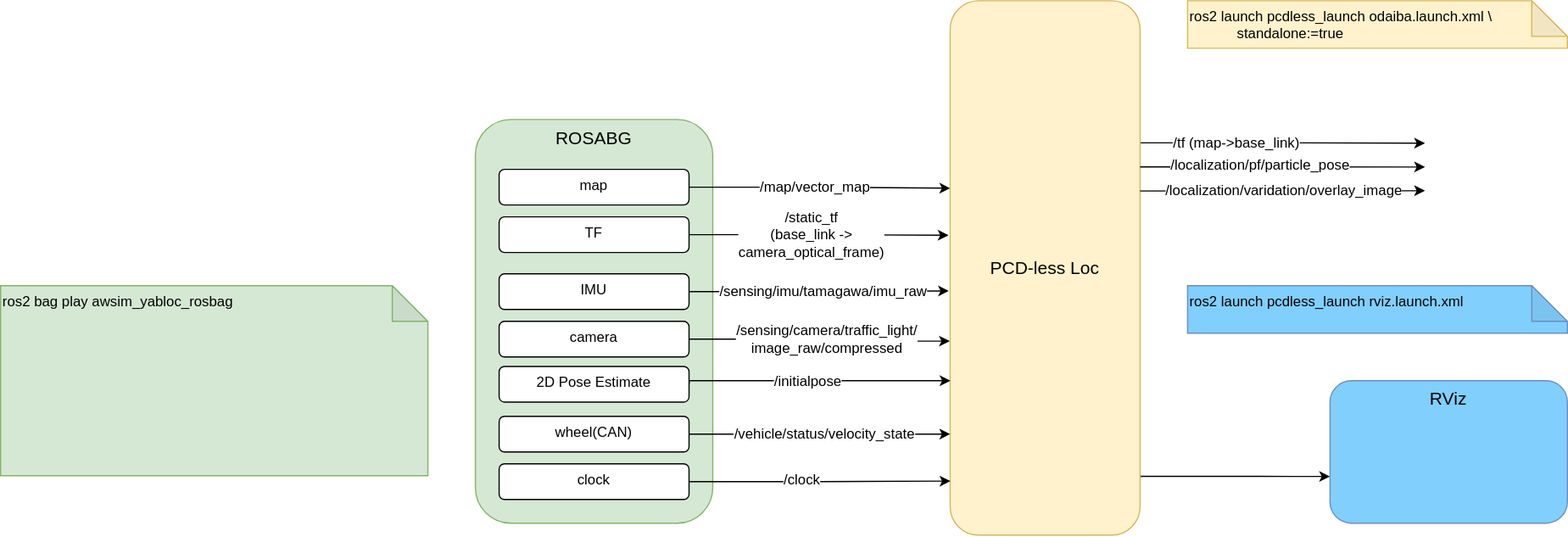
Earlier version of the draw.io export docs/how_to_launch_quick_start_demo.drawio.svg (rsasaki0109/YabLoc). Source tidied: cells renumbered, new cells last; positions are measured from the earlier drawing's top-left corner, leaving out a move shared by most shapes. Source of this version:
```xml
<mxGraphModel>
  <root>
    <mxCell id="0" />
    <mxCell id="1" parent="0" />
    <mxCell id="2" value="&lt;font style=&quot;font-size: 15px;&quot;&gt;ROSABG&lt;/font&gt;" style="rounded=1;whiteSpace=wrap;html=1;verticalAlign=top;fillColor=#d5e8d4;strokeColor=#82b366;" parent="1" vertex="1">
      <mxGeometry x="400" y="100" width="200" height="340" as="geometry" />
    </mxCell>
    <mxCell id="3" style="edgeStyle=orthogonalEdgeStyle;rounded=0;jettySize=auto;html=1;exitX=1;exitY=0.5;exitDx=0;exitDy=0;entryX=0;entryY=0.102;entryDx=0;entryDy=0;entryPerimeter=0;" parent="1" edge="1" source="5">
      <mxGeometry relative="1" as="geometry">
        <mxPoint x="800" y="157.9" as="targetPoint" />
      </mxGeometry>
    </mxCell>
    <mxCell id="4" value="&lt;font style=&quot;font-size: 12px;&quot;&gt;/map/vector_map&lt;/font&gt;" style="edgeLabel;html=1;align=center;verticalAlign=middle;" parent="3" vertex="1">
      <mxGeometry x="0.23" y="-1" relative="1" as="geometry">
        <mxPoint x="-30" y="-2" as="offset" />
      </mxGeometry>
    </mxCell>
    <mxCell id="5" value="map" style="rounded=1;whiteSpace=wrap;html=1;verticalAlign=top;" parent="1" vertex="1">
      <mxGeometry x="420" y="142" width="160" height="30" as="geometry" />
    </mxCell>
    <mxCell id="6" style="edgeStyle=orthogonalEdgeStyle;rounded=0;jettySize=auto;html=1;exitX=1;exitY=0.5;exitDx=0;exitDy=0;entryX=-0.009;entryY=0.19;entryDx=0;entryDy=0;entryPerimeter=0;" parent="1" edge="1" source="8">
      <mxGeometry relative="1" as="geometry">
        <mxPoint x="798.6" y="197.5" as="targetPoint" />
      </mxGeometry>
    </mxCell>
    <mxCell id="7" value="&lt;font style=&quot;font-size: 12px;&quot;&gt;/static_tf&lt;br&gt;(base_link -&amp;gt; &lt;br&gt;camera_optical_frame)&lt;/font&gt;" style="edgeLabel;html=1;align=center;verticalAlign=middle;fontSize=8;fontColor=#000000;" parent="6" vertex="1">
      <mxGeometry x="-0.19" y="-2" relative="1" as="geometry">
        <mxPoint x="13" y="-2" as="offset" />
      </mxGeometry>
    </mxCell>
    <mxCell id="8" value="TF" style="rounded=1;whiteSpace=wrap;html=1;verticalAlign=top;" parent="1" vertex="1">
      <mxGeometry x="420" y="182" width="160" height="30" as="geometry" />
    </mxCell>
    <mxCell id="9" style="edgeStyle=orthogonalEdgeStyle;rounded=0;jettySize=auto;html=1;fontSize=8;fontColor=#000000;exitX=1;exitY=0.266;exitDx=0;exitDy=0;exitPerimeter=0;" parent="1" edge="1" source="12">
      <mxGeometry relative="1" as="geometry">
        <mxPoint x="1200" y="120" as="targetPoint" />
      </mxGeometry>
    </mxCell>
    <mxCell id="10" value="/tf (map-&amp;gt;base_link)" style="edgeLabel;html=1;align=center;verticalAlign=middle;fontSize=12;fontColor=#000000;" parent="9" vertex="1">
      <mxGeometry x="-0.11" y="1" relative="1" as="geometry">
        <mxPoint x="-26" y="1" as="offset" />
      </mxGeometry>
    </mxCell>
    <mxCell id="11" style="edgeStyle=orthogonalEdgeStyle;rounded=0;jettySize=auto;html=1;entryX=0;entryY=0.672;entryDx=0;entryDy=0;fontSize=8;fontColor=#000000;entryPerimeter=0;" parent="1" edge="1" source="12" target="28">
      <mxGeometry relative="1" as="geometry">
        <Array as="points">
          <mxPoint x="1060" y="400" />
        </Array>
      </mxGeometry>
    </mxCell>
    <mxCell id="12" value="&lt;font style=&quot;font-size: 15px;&quot;&gt;PCD-less Loc&lt;/font&gt;" style="rounded=1;whiteSpace=wrap;html=1;verticalAlign=middle;fillColor=#fff2cc;strokeColor=#d6b656;" parent="1" vertex="1">
      <mxGeometry x="800" width="160" height="450" as="geometry" />
    </mxCell>
    <mxCell id="13" value="&lt;font style=&quot;&quot;&gt;&lt;font style=&quot;font-size: 12px;&quot;&gt;&amp;nbsp;ros2 launch pcdless_launch odaiba.launch.xml \&lt;br&gt;&lt;/font&gt;&lt;/font&gt;&lt;blockquote style=&quot;margin: 0 0 0 40px; border: none; padding: 0px;&quot;&gt;&lt;font style=&quot;&quot;&gt;standalone:=true&lt;/font&gt;&lt;/blockquote&gt;" style="shape=note;whiteSpace=wrap;html=1;backgroundOutline=1;darkOpacity=0.05;align=left;verticalAlign=top;fillColor=#fff2cc;strokeColor=#d6b656;" parent="1" vertex="1">
      <mxGeometry x="1000" width="320" height="40" as="geometry" />
    </mxCell>
    <mxCell id="14" style="edgeStyle=orthogonalEdgeStyle;rounded=0;jettySize=auto;html=1;exitX=1;exitY=0.5;exitDx=0;exitDy=0;entryX=-0.007;entryY=0.543;entryDx=0;entryDy=0;entryPerimeter=0;fontSize=8;fontColor=#000000;" parent="1" edge="1" source="16" target="12">
      <mxGeometry relative="1" as="geometry" />
    </mxCell>
    <mxCell id="15" value="/sensing/imu/tamagawa/imu_raw" style="edgeLabel;html=1;align=center;verticalAlign=middle;fontSize=12;fontColor=#000000;" parent="14" vertex="1">
      <mxGeometry x="-0.15" relative="1" as="geometry">
        <mxPoint x="19" as="offset" />
      </mxGeometry>
    </mxCell>
    <mxCell id="16" value="IMU" style="rounded=1;whiteSpace=wrap;html=1;verticalAlign=top;" parent="1" vertex="1">
      <mxGeometry x="420" y="230" width="160" height="30" as="geometry" />
    </mxCell>
    <mxCell id="17" style="edgeStyle=orthogonalEdgeStyle;rounded=0;jettySize=auto;html=1;exitX=1;exitY=0.5;exitDx=0;exitDy=0;entryX=-0.002;entryY=0.637;entryDx=0;entryDy=0;entryPerimeter=0;fontSize=8;fontColor=#000000;" parent="1" edge="1" source="19" target="12">
      <mxGeometry relative="1" as="geometry" />
    </mxCell>
    <mxCell id="18" value="/sensing/camera/traffic_light/&lt;br style=&quot;font-size: 12px;&quot;&gt;image_raw/compressed" style="edgeLabel;html=1;align=center;verticalAlign=middle;fontSize=12;fontColor=#000000;" parent="17" vertex="1">
      <mxGeometry x="-0.11" y="-1" relative="1" as="geometry">
        <mxPoint x="17" y="-1" as="offset" />
      </mxGeometry>
    </mxCell>
    <mxCell id="19" value="camera" style="rounded=1;whiteSpace=wrap;html=1;verticalAlign=top;" parent="1" vertex="1">
      <mxGeometry x="420" y="270" width="160" height="30" as="geometry" />
    </mxCell>
    <mxCell id="20" style="edgeStyle=orthogonalEdgeStyle;rounded=0;jettySize=auto;html=1;exitX=1;exitY=0.5;exitDx=0;exitDy=0;entryX=0;entryY=0.811;entryDx=0;entryDy=0;entryPerimeter=0;fontSize=8;fontColor=#000000;" parent="1" edge="1" source="22" target="12">
      <mxGeometry relative="1" as="geometry" />
    </mxCell>
    <mxCell id="21" value="/vehicle/status/velocity_state" style="edgeLabel;html=1;align=center;verticalAlign=middle;fontSize=12;fontColor=#000000;" parent="20" vertex="1">
      <mxGeometry x="-0.24" relative="1" as="geometry">
        <mxPoint x="30" as="offset" />
      </mxGeometry>
    </mxCell>
    <mxCell id="22" value="wheel(CAN)" style="rounded=1;whiteSpace=wrap;html=1;verticalAlign=top;" parent="1" vertex="1">
      <mxGeometry x="420" y="350" width="160" height="30" as="geometry" />
    </mxCell>
    <mxCell id="23" style="edgeStyle=orthogonalEdgeStyle;rounded=0;jettySize=auto;html=1;exitX=1;exitY=0.5;exitDx=0;exitDy=0;entryX=0.001;entryY=0.899;entryDx=0;entryDy=0;entryPerimeter=0;fontSize=8;fontColor=#000000;" parent="1" edge="1" source="25" target="12">
      <mxGeometry relative="1" as="geometry" />
    </mxCell>
    <mxCell id="24" value="/clock" style="edgeLabel;html=1;align=center;verticalAlign=middle;fontSize=12;fontColor=#000000;" parent="23" vertex="1">
      <mxGeometry x="-0.15" y="1" relative="1" as="geometry" />
    </mxCell>
    <mxCell id="25" value="clock" style="rounded=1;whiteSpace=wrap;html=1;verticalAlign=top;" parent="1" vertex="1">
      <mxGeometry x="420" y="390" width="160" height="30" as="geometry" />
    </mxCell>
    <mxCell id="26" style="edgeStyle=orthogonalEdgeStyle;rounded=0;jettySize=auto;html=1;exitX=1;exitY=0.5;exitDx=0;exitDy=0;fontSize=8;fontColor=#000000;entryX=0.001;entryY=0.71;entryDx=0;entryDy=0;entryPerimeter=0;" parent="1" edge="1" source="35" target="12">
      <mxGeometry relative="1" as="geometry">
        <Array as="points">
          <mxPoint x="580" y="320" />
          <mxPoint x="800" y="320" />
        </Array>
      </mxGeometry>
    </mxCell>
    <mxCell id="27" value="/initialpose" style="edgeLabel;html=1;align=center;verticalAlign=middle;fontSize=12;fontColor=#000000;" parent="26" vertex="1">
      <mxGeometry x="-0.08" y="-1" relative="1" as="geometry" />
    </mxCell>
    <mxCell id="28" value="&lt;font style=&quot;font-size: 15px;&quot;&gt;RViz&lt;/font&gt;" style="rounded=1;whiteSpace=wrap;html=1;verticalAlign=top;fillColor=#81CFFC;strokeColor=#6c8ebf;" parent="1" vertex="1">
      <mxGeometry x="1120" y="320" width="200" height="120" as="geometry" />
    </mxCell>
    <mxCell id="29" value="&lt;font style=&quot;&quot;&gt;&lt;font style=&quot;font-size: 12px;&quot;&gt;&amp;nbsp;ros2 launch pcdless_launch rviz.launch.xml&lt;/font&gt;&lt;br&gt;&lt;/font&gt;" style="shape=note;whiteSpace=wrap;html=1;backgroundOutline=1;darkOpacity=0.05;align=left;verticalAlign=top;fillColor=#81CFFC;strokeColor=#6c8ebf;" parent="1" vertex="1">
      <mxGeometry x="1000" y="240" width="320" height="40" as="geometry" />
    </mxCell>
    <mxCell id="30" style="edgeStyle=orthogonalEdgeStyle;rounded=0;jettySize=auto;html=1;fontSize=8;fontColor=#000000;exitX=1;exitY=0.311;exitDx=0;exitDy=0;exitPerimeter=0;" parent="1" edge="1" source="12">
      <mxGeometry relative="1" as="geometry">
        <mxPoint x="1200" y="140" as="targetPoint" />
      </mxGeometry>
    </mxCell>
    <mxCell id="31" value="/localization/pf/particle_pose" style="edgeLabel;html=1;align=center;verticalAlign=middle;fontSize=12;fontColor=#000000;" parent="30" vertex="1">
      <mxGeometry x="-0.11" y="1" relative="1" as="geometry">
        <mxPoint x="-6" as="offset" />
      </mxGeometry>
    </mxCell>
    <mxCell id="32" style="edgeStyle=orthogonalEdgeStyle;rounded=0;jettySize=auto;html=1;fontSize=8;fontColor=#000000;exitX=1;exitY=0.356;exitDx=0;exitDy=0;exitPerimeter=0;" parent="1" edge="1" source="12">
      <mxGeometry relative="1" as="geometry">
        <mxPoint x="1200" y="160" as="targetPoint" />
      </mxGeometry>
    </mxCell>
    <mxCell id="33" value="/localization/varidation/overlay_image" style="edgeLabel;html=1;align=center;verticalAlign=middle;fontSize=12;fontColor=#000000;" parent="32" vertex="1">
      <mxGeometry x="-0.11" y="1" relative="1" as="geometry">
        <mxPoint x="14" as="offset" />
      </mxGeometry>
    </mxCell>
    <mxCell id="34" value="&lt;div style=&quot;&quot;&gt;&lt;div style=&quot;&quot;&gt;&lt;font style=&quot;font-size: 12px;&quot;&gt;ros2 bag play&amp;nbsp;awsim_yabloc_rosbag&amp;nbsp;&lt;/font&gt;&lt;/div&gt;&lt;/div&gt;" style="shape=note;whiteSpace=wrap;html=1;backgroundOutline=1;darkOpacity=0.05;align=left;verticalAlign=top;fillColor=#d5e8d4;strokeColor=#82b366;spacing=2;" parent="1" vertex="1">
      <mxGeometry y="240" width="360" height="160" as="geometry" />
    </mxCell>
    <mxCell id="35" value="2D Pose Estimate" style="rounded=1;whiteSpace=wrap;html=1;verticalAlign=top;" parent="1" vertex="1">
      <mxGeometry x="420" y="308" width="160" height="30" as="geometry" />
    </mxCell>
  </root>
</mxGraphModel>
```
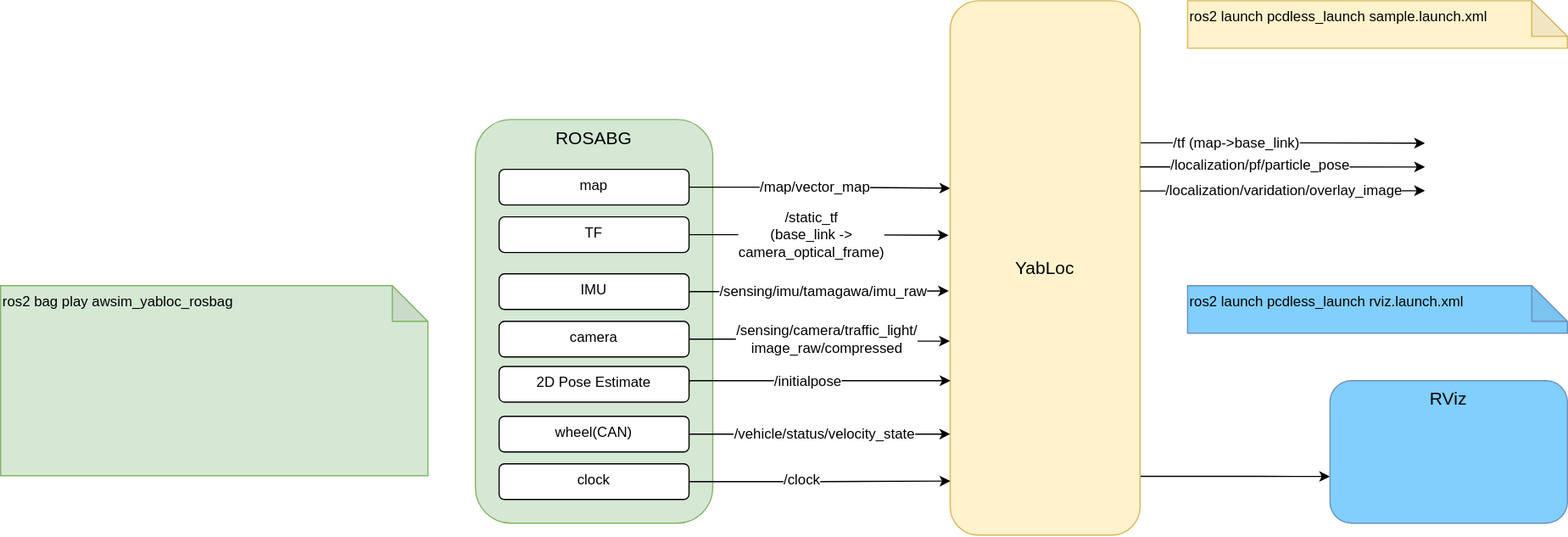
The same file after the commit.

Commit message:
refactor(launch) remove & update obsolete launch files (#9)

The edit, as a diff of the source:
```diff
@@ -48,10 +48,10 @@
         </Array>
       </mxGeometry>
     </mxCell>
-    <mxCell id="12" value="&lt;font style=&quot;font-size: 15px;&quot;&gt;PCD-less Loc&lt;/font&gt;" style="rounded=1;whiteSpace=wrap;html=1;verticalAlign=middle;fillColor=#fff2cc;strokeColor=#d6b656;" parent="1" vertex="1">
+    <mxCell id="12" value="&lt;font style=&quot;font-size: 15px;&quot;&gt;YabLoc&lt;/font&gt;" style="rounded=1;whiteSpace=wrap;html=1;verticalAlign=middle;fillColor=#fff2cc;strokeColor=#d6b656;" parent="1" vertex="1">
       <mxGeometry x="800" width="160" height="450" as="geometry" />
     </mxCell>
-    <mxCell id="13" value="&lt;font style=&quot;&quot;&gt;&lt;font style=&quot;font-size: 12px;&quot;&gt;&amp;nbsp;ros2 launch pcdless_launch odaiba.launch.xml \&lt;br&gt;&lt;/font&gt;&lt;/font&gt;&lt;blockquote style=&quot;margin: 0 0 0 40px; border: none; padding: 0px;&quot;&gt;&lt;font style=&quot;&quot;&gt;standalone:=true&lt;/font&gt;&lt;/blockquote&gt;" style="shape=note;whiteSpace=wrap;html=1;backgroundOutline=1;darkOpacity=0.05;align=left;verticalAlign=top;fillColor=#fff2cc;strokeColor=#d6b656;" parent="1" vertex="1">
+    <mxCell id="13" value="&lt;font style=&quot;&quot;&gt;&lt;font style=&quot;font-size: 12px;&quot;&gt;&amp;nbsp;ros2 launch pcdless_launch sample.launch.xml&lt;br&gt;&lt;/font&gt;&lt;/font&gt;" style="shape=note;whiteSpace=wrap;html=1;backgroundOutline=1;darkOpacity=0.05;align=left;verticalAlign=top;fillColor=#fff2cc;strokeColor=#d6b656;" parent="1" vertex="1">
       <mxGeometry x="1000" width="320" height="40" as="geometry" />
     </mxCell>
     <mxCell id="14" style="edgeStyle=orthogonalEdgeStyle;rounded=0;jettySize=auto;html=1;exitX=1;exitY=0.5;exitDx=0;exitDy=0;entryX=-0.007;entryY=0.543;entryDx=0;entryDy=0;entryPerimeter=0;fontSize=8;fontColor=#000000;" parent="1" edge="1" source="16" target="12">
```
